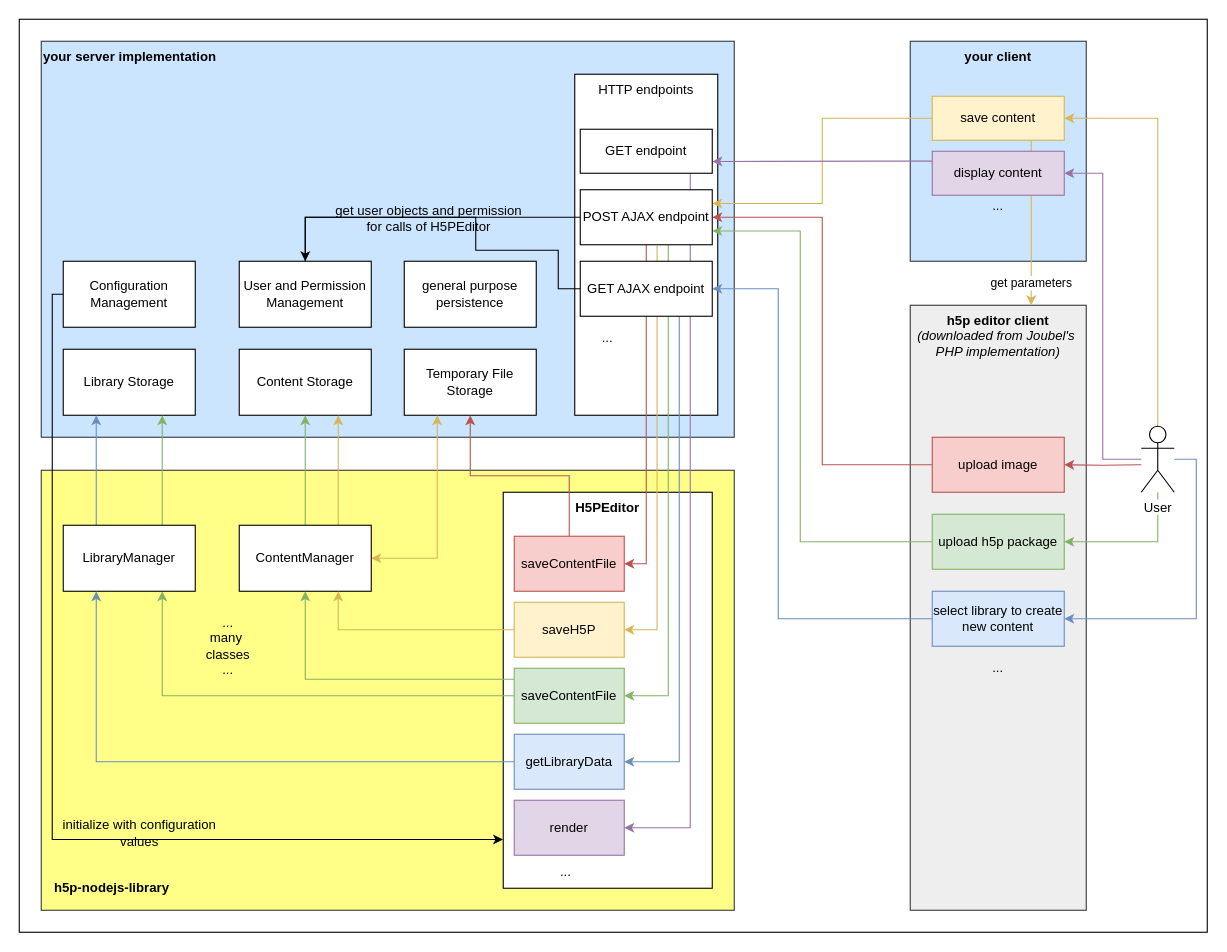
Earlier version of the draw.io diagram docs/editor-architecture.drawio (Lumieducation/H5P-Nodejs-library). Source tidied: cells renumbered, new cells numbered last; positions are measured from the earlier drawing's top-left corner, leaving out a move shared by most shapes. Both pictures are drawn from the tidied source at 110%, with x=0, y=0 at pixel (19, 19).
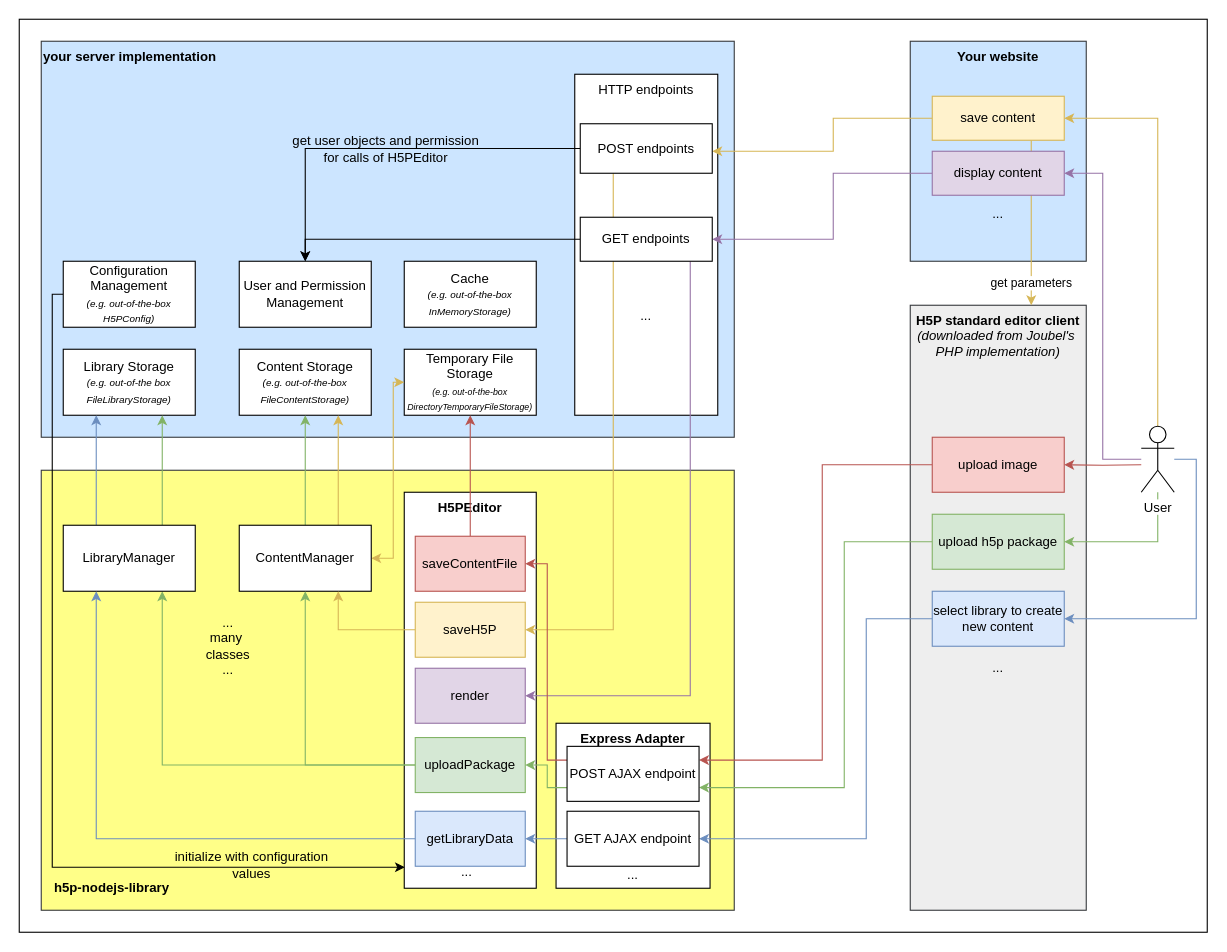
The same page after the edit.

The change refers to these unchanged cells:
```xml
<mxCell id="13" value="User and Permission Management" style="rounded=0;whiteSpace=wrap;html=1;align=center;" parent="1" vertex="1">
  <mxGeometry x="200" y="220" width="120" height="60" as="geometry" />
</mxCell>
<mxCell id="24" value="upload image" style="rounded=0;whiteSpace=wrap;html=1;align=center;fillColor=#f8cecc;strokeColor=#b85450;" parent="1" vertex="1">
  <mxGeometry x="830" y="380" width="120" height="50" as="geometry" />
</mxCell>
<mxCell id="36" value="ContentManager" style="rounded=0;whiteSpace=wrap;html=1;align=center;" parent="1" vertex="1">
  <mxGeometry x="200" y="460" width="120" height="60" as="geometry" />
</mxCell>
<mxCell id="41" value="save content" style="rounded=0;whiteSpace=wrap;html=1;align=center;fillColor=#fff2cc;strokeColor=#d6b656;" parent="1" vertex="1">
  <mxGeometry x="830" y="70" width="120" height="40" as="geometry" />
</mxCell>
<mxCell id="43" value="upload h5p package" style="rounded=0;whiteSpace=wrap;html=1;align=center;fillColor=#d5e8d4;strokeColor=#82b366;" parent="1" vertex="1">
  <mxGeometry x="830" y="450" width="120" height="50" as="geometry" />
</mxCell>
<mxCell id="51" value="select library to create new content" style="rounded=0;whiteSpace=wrap;html=1;align=center;fillColor=#dae8fc;strokeColor=#6c8ebf;" parent="1" vertex="1">
  <mxGeometry x="830" y="520" width="120" height="50" as="geometry" />
</mxCell>
<mxCell id="57" value="display content" style="rounded=0;whiteSpace=wrap;html=1;align=center;fillColor=#e1d5e7;strokeColor=#9673a6;" parent="1" vertex="1">
  <mxGeometry x="830" y="120" width="120" height="40" as="geometry" />
</mxCell>
```

Change to the diagram source:
```diff
@@
+    <mxCell id="5" style="rounded=0;whiteSpace=wrap;html=1;fillColor=#ffff88;strokeColor=#36393d;" parent="1" vertex="1">
+      <mxGeometry x="20" y="410" width="630" height="400" as="geometry" />
+    </mxCell>
+    <mxCell id="68" value="&lt;b&gt;Express Adapter&lt;/b&gt;" style="rounded=0;whiteSpace=wrap;html=1;align=center;verticalAlign=top;" parent="1" vertex="1">
+      <mxGeometry x="488" y="640" width="140" height="150" as="geometry" />
+    </mxCell>
-    <mxCell id="3" value="&lt;b&gt;h5p editor client&lt;/b&gt;&lt;br&gt;&lt;i&gt;(downloaded from Joubel's&amp;nbsp;&lt;br&gt;PHP implementation)&lt;/i&gt;" style="rounded=0;whiteSpace=wrap;html=1;align=center;verticalAlign=top;fillColor=#eeeeee;strokeColor=#36393d;" parent="1" vertex="1">
+    <mxCell id="3" value="&lt;b&gt;H5P standard editor client&lt;/b&gt;&lt;br&gt;&lt;i&gt;(downloaded from Joubel's&amp;nbsp;&lt;br&gt;PHP implementation)&lt;/i&gt;" style="rounded=0;whiteSpace=wrap;html=1;align=center;verticalAlign=top;fillColor=#eeeeee;strokeColor=#36393d;" parent="1" vertex="1">
       <mxGeometry x="810" y="260" width="160" height="550" as="geometry" />
     </mxCell>
@@
-    <mxCell id="5" style="rounded=0;whiteSpace=wrap;html=1;fillColor=#ffff88;strokeColor=#36393d;" parent="1" vertex="1">
-      <mxGeometry x="20" y="410" width="630" height="400" as="geometry" />
-    </mxCell>
@@
-    <mxCell id="7" value="Library Storage" style="rounded=0;whiteSpace=wrap;html=1;" parent="1" vertex="1">
+    <mxCell id="7" value="Library Storage&lt;br&gt;&lt;i&gt;&lt;font style=&quot;font-size: 9px&quot;&gt;(e.g. out-of-the box FileLibraryStorage)&lt;/font&gt;&lt;/i&gt;" style="rounded=0;whiteSpace=wrap;html=1;" parent="1" vertex="1">
       <mxGeometry x="40" y="300" width="120" height="60" as="geometry" />
     </mxCell>
-    <mxCell id="8" value="Content Storage" style="rounded=0;whiteSpace=wrap;html=1;" parent="1" vertex="1">
+    <mxCell id="8" value="Content Storage&lt;br&gt;&lt;i&gt;&lt;font style=&quot;font-size: 9px&quot;&gt;(e.g. out-of-the-box FileContentStorage)&lt;/font&gt;&lt;/i&gt;" style="rounded=0;whiteSpace=wrap;html=1;" parent="1" vertex="1">
       <mxGeometry x="200" y="300" width="120" height="60" as="geometry" />
     </mxCell>
-    <mxCell id="9" value="Temporary File Storage" style="rounded=0;whiteSpace=wrap;html=1;" parent="1" vertex="1">
+    <mxCell id="9" value="Temporary File Storage &lt;br&gt;&lt;i&gt;&lt;font style=&quot;font-size: 8px&quot;&gt;(e.g. out-of-the-box DirectoryTemporaryFileStorage)&lt;/font&gt;&lt;/i&gt;" style="rounded=0;whiteSpace=wrap;html=1;" parent="1" vertex="1">
       <mxGeometry x="350" y="300" width="120" height="60" as="geometry" />
     </mxCell>
-    <mxCell id="10" style="edgeStyle=orthogonalEdgeStyle;rounded=0;jettySize=auto;html=1;entryX=-0.001;entryY=0.877;entryDx=0;entryDy=0;entryPerimeter=0;startArrow=none;startFill=0;" parent="1" edge="1" source="12" target="25">
+    <mxCell id="10" style="edgeStyle=orthogonalEdgeStyle;rounded=0;jettySize=auto;html=1;entryX=0.005;entryY=0.947;entryDx=0;entryDy=0;entryPerimeter=0;startArrow=none;startFill=0;" parent="1" edge="1" source="12" target="25">
       <mxGeometry relative="1" as="geometry">
         <Array as="points">
           <mxPoint x="30" y="250" />
-          <mxPoint x="30" y="746" />
+          <mxPoint x="30" y="771" />
         </Array>
       </mxGeometry>
     </mxCell>
     <mxCell id="11" value="initialize with configuration&lt;br&gt;values" style="text;html=1;align=center;verticalAlign=middle;labelBackgroundColor=none;" parent="10" vertex="1">
       <mxGeometry x="0.16" y="3" relative="1" as="geometry">
-        <mxPoint x="53" y="-3" as="offset" />
+        <mxPoint x="177" y="34" as="offset" />
       </mxGeometry>
     </mxCell>
-    <mxCell id="12" value="Configuration Management" style="rounded=0;whiteSpace=wrap;html=1;align=center;" parent="1" vertex="1">
+    <mxCell id="12" value="Configuration Management&lt;br&gt;&lt;font style=&quot;font-size: 9px&quot;&gt;&lt;i&gt;(e.g. out-of-the-box H5PConfig)&lt;/i&gt;&lt;/font&gt;" style="rounded=0;whiteSpace=wrap;html=1;align=center;" parent="1" vertex="1">
       <mxGeometry x="40" y="220" width="120" height="60" as="geometry" />
     </mxCell>
@@
-    <mxCell id="14" value="general purpose persistence" style="rounded=0;whiteSpace=wrap;html=1;align=center;" parent="1" vertex="1">
+    <mxCell id="14" value="Cache&lt;br&gt;&lt;font style=&quot;font-size: 9px&quot;&gt;&lt;i&gt;(e.g. out-of-the-box InMemoryStorage)&lt;/i&gt;&lt;/font&gt;" style="rounded=0;whiteSpace=wrap;html=1;align=center;" parent="1" vertex="1">
       <mxGeometry x="350" y="220" width="120" height="60" as="geometry" />
     </mxCell>
@@
-    <mxCell id="16" value="&lt;b&gt;your client&lt;/b&gt;" style="rounded=0;whiteSpace=wrap;html=1;align=center;verticalAlign=top;fillColor=#cce5ff;strokeColor=#36393d;" parent="1" vertex="1">
+    <mxCell id="16" value="&lt;b&gt;Your website&lt;/b&gt;" style="rounded=0;whiteSpace=wrap;html=1;align=center;verticalAlign=top;fillColor=#cce5ff;strokeColor=#36393d;" parent="1" vertex="1">
       <mxGeometry x="810" y="20" width="160" height="200" as="geometry" />
     </mxCell>
@@
-    <mxCell id="23" style="edgeStyle=orthogonalEdgeStyle;rounded=0;jettySize=auto;html=1;exitX=0;exitY=0.5;exitDx=0;exitDy=0;fillColor=#f8cecc;strokeColor=#b85450;entryX=1;entryY=0.5;entryDx=0;entryDy=0;" parent="1" edge="1" source="24" target="61">
+    <mxCell id="23" style="edgeStyle=orthogonalEdgeStyle;rounded=0;jettySize=auto;html=1;exitX=0;exitY=0.5;exitDx=0;exitDy=0;fillColor=#f8cecc;strokeColor=#b85450;entryX=1;entryY=0.25;entryDx=0;entryDy=0;" parent="1" edge="1" source="24" target="72">
       <mxGeometry relative="1" as="geometry">
         <Array as="points">
           <mxPoint x="730" y="405" />
-          <mxPoint x="730" y="180" />
+          <mxPoint x="730" y="673" />
         </Array>
       </mxGeometry>
     </mxCell>
@@
     <mxCell id="25" value="&lt;b&gt;H5PEditor&lt;/b&gt;" style="rounded=0;whiteSpace=wrap;html=1;align=center;verticalAlign=top;" parent="1" vertex="1">
-      <mxGeometry x="440" y="430" width="190" height="360" as="geometry" />
+      <mxGeometry x="350" y="430" width="120" height="360" as="geometry" />
     </mxCell>
@@
     <mxCell id="27" value="saveContentFile" style="rounded=0;whiteSpace=wrap;html=1;align=center;fillColor=#f8cecc;strokeColor=#b85450;" parent="1" vertex="1">
-      <mxGeometry x="450" y="470" width="100" height="50" as="geometry" />
+      <mxGeometry x="360" y="470" width="100" height="50" as="geometry" />
     </mxCell>
-    <mxCell id="28" style="edgeStyle=orthogonalEdgeStyle;rounded=0;jettySize=auto;html=1;entryX=1;entryY=0.5;entryDx=0;entryDy=0;fillColor=#f8cecc;strokeColor=#b85450;exitX=0.5;exitY=1;exitDx=0;exitDy=0;" parent="1" edge="1" source="61" target="27">
-      <mxGeometry relative="1" as="geometry">
-        <Array as="points">
-          <mxPoint x="570" y="495" />
-        </Array>
-      </mxGeometry>
-    </mxCell>
-    <mxCell id="29" style="edgeStyle=orthogonalEdgeStyle;rounded=0;jettySize=auto;html=1;exitX=0.582;exitY=1.016;exitDx=0;exitDy=0;entryX=1;entryY=0.5;entryDx=0;entryDy=0;fillColor=#fff2cc;strokeColor=#d6b656;exitPerimeter=0;" parent="1" edge="1" source="61" target="38">
+    <mxCell id="29" style="edgeStyle=orthogonalEdgeStyle;rounded=0;jettySize=auto;html=1;exitX=0.25;exitY=1;exitDx=0;exitDy=0;entryX=1;entryY=0.5;entryDx=0;entryDy=0;fillColor=#fff2cc;strokeColor=#d6b656;" parent="1" edge="1" source="61" target="38">
       <mxGeometry relative="1" as="geometry">
         <Array as="points">
-          <mxPoint x="580" y="555" />
+          <mxPoint x="540" y="555" />
         </Array>
       </mxGeometry>
     </mxCell>
-    <mxCell id="30" style="edgeStyle=orthogonalEdgeStyle;rounded=0;jettySize=auto;html=1;entryX=1;entryY=0.5;entryDx=0;entryDy=0;startArrow=none;startFill=0;fillColor=#d5e8d4;strokeColor=#82b366;" parent="1" edge="1" source="61" target="46">
-      <mxGeometry relative="1" as="geometry">
-        <Array as="points">
-          <mxPoint x="590" y="615" />
-        </Array>
-      </mxGeometry>
-    </mxCell>
@@
-    <mxCell id="34" style="edgeStyle=orthogonalEdgeStyle;rounded=0;jettySize=auto;html=1;entryX=0.25;entryY=1;entryDx=0;entryDy=0;fillColor=#fff2cc;strokeColor=#d6b656;startArrow=classic;startFill=1;" parent="1" edge="1" source="36" target="9">
-      <mxGeometry relative="1" as="geometry" />
+    <mxCell id="34" style="edgeStyle=orthogonalEdgeStyle;rounded=0;jettySize=auto;html=1;entryX=0;entryY=0.5;entryDx=0;entryDy=0;fillColor=#fff2cc;strokeColor=#d6b656;startArrow=classic;startFill=1;" parent="1" edge="1" source="36" target="9">
+      <mxGeometry relative="1" as="geometry">
+        <Array as="points">
+          <mxPoint x="340" y="490" />
+          <mxPoint x="340" y="330" />
+        </Array>
+      </mxGeometry>
     </mxCell>
@@
     <mxCell id="38" value="saveH5P" style="rounded=0;whiteSpace=wrap;html=1;align=center;fillColor=#fff2cc;strokeColor=#d6b656;" parent="1" vertex="1">
-      <mxGeometry x="450" y="530" width="100" height="50" as="geometry" />
+      <mxGeometry x="360" y="530" width="100" height="50" as="geometry" />
     </mxCell>
-    <mxCell id="39" style="edgeStyle=orthogonalEdgeStyle;rounded=0;jettySize=auto;html=1;entryX=1;entryY=0.25;entryDx=0;entryDy=0;fillColor=#fff2cc;strokeColor=#d6b656;" parent="1" edge="1" source="41" target="61">
-      <mxGeometry relative="1" as="geometry" />
+    <mxCell id="39" style="edgeStyle=orthogonalEdgeStyle;rounded=0;jettySize=auto;html=1;fillColor=#fff2cc;strokeColor=#d6b656;" parent="1" edge="1" source="41" target="61">
+      <mxGeometry relative="1" as="geometry">
+        <Array as="points">
+          <mxPoint x="740" y="90" />
+          <mxPoint x="740" y="120" />
+        </Array>
+      </mxGeometry>
     </mxCell>
@@
-    <mxCell id="42" style="edgeStyle=orthogonalEdgeStyle;rounded=0;jettySize=auto;html=1;entryX=1;entryY=0.75;entryDx=0;entryDy=0;startArrow=none;startFill=0;fillColor=#d5e8d4;strokeColor=#82b366;" parent="1" edge="1" source="43" target="61">
+    <mxCell id="42" style="edgeStyle=orthogonalEdgeStyle;rounded=0;jettySize=auto;html=1;entryX=1;entryY=0.75;entryDx=0;entryDy=0;startArrow=none;startFill=0;fillColor=#d5e8d4;strokeColor=#82b366;" parent="1" edge="1" source="43" target="72">
       <mxGeometry relative="1" as="geometry">
         <Array as="points">
-          <mxPoint x="710" y="475" />
-          <mxPoint x="710" y="193" />
+          <mxPoint x="750" y="475" />
+          <mxPoint x="750" y="698" />
         </Array>
       </mxGeometry>
     </mxCell>
@@
-    <mxCell id="45" style="edgeStyle=orthogonalEdgeStyle;rounded=0;jettySize=auto;html=1;entryX=0.5;entryY=1;entryDx=0;entryDy=0;startArrow=none;startFill=0;fillColor=#d5e8d4;strokeColor=#82b366;" parent="1" edge="1" source="46" target="36">
+    <mxCell id="45" style="edgeStyle=orthogonalEdgeStyle;rounded=0;jettySize=auto;html=1;entryX=0.5;entryY=1;entryDx=0;entryDy=0;startArrow=none;startFill=0;fillColor=#d5e8d4;strokeColor=#82b366;exitX=0;exitY=0.5;exitDx=0;exitDy=0;" parent="1" edge="1" source="46" target="36">
       <mxGeometry relative="1" as="geometry">
         <Array as="points">
-          <mxPoint x="260" y="600" />
+          <mxPoint x="260" y="678" />
         </Array>
       </mxGeometry>
     </mxCell>
-    <mxCell id="46" value="saveContentFile" style="rounded=0;whiteSpace=wrap;html=1;align=center;fillColor=#d5e8d4;strokeColor=#82b366;" parent="1" vertex="1">
-      <mxGeometry x="450" y="590" width="100" height="50" as="geometry" />
+    <mxCell id="46" value="uploadPackage" style="rounded=0;whiteSpace=wrap;html=1;align=center;fillColor=#d5e8d4;strokeColor=#82b366;" parent="1" vertex="1">
+      <mxGeometry x="360" y="653" width="100" height="50" as="geometry" />
     </mxCell>
@@
     <mxCell id="50" style="edgeStyle=orthogonalEdgeStyle;rounded=0;jettySize=auto;html=1;entryX=1;entryY=0.5;entryDx=0;entryDy=0;startArrow=none;startFill=0;fillColor=#dae8fc;strokeColor=#6c8ebf;" parent="1" edge="1" source="51" target="62">
       <mxGeometry relative="1" as="geometry">
         <Array as="points">
-          <mxPoint x="690" y="545" />
-          <mxPoint x="690" y="245" />
+          <mxPoint x="770" y="545" />
+          <mxPoint x="770" y="745" />
         </Array>
       </mxGeometry>
     </mxCell>
@@
-    <mxCell id="52" style="edgeStyle=orthogonalEdgeStyle;rounded=0;jettySize=auto;html=1;entryX=1;entryY=0.5;entryDx=0;entryDy=0;startArrow=none;startFill=0;fillColor=#dae8fc;strokeColor=#6c8ebf;" parent="1" edge="1" source="62" target="54">
-      <mxGeometry relative="1" as="geometry">
-        <Array as="points">
-          <mxPoint x="600" y="675" />
-        </Array>
-      </mxGeometry>
-    </mxCell>
@@
     <mxCell id="54" value="getLibraryData" style="rounded=0;whiteSpace=wrap;html=1;align=center;fillColor=#dae8fc;strokeColor=#6c8ebf;" parent="1" vertex="1">
-      <mxGeometry x="450" y="650" width="100" height="50" as="geometry" />
+      <mxGeometry x="360" y="720" width="100" height="50" as="geometry" />
     </mxCell>
-    <mxCell id="55" style="edgeStyle=orthogonalEdgeStyle;rounded=0;jettySize=auto;html=1;entryX=0;entryY=0.5;entryDx=0;entryDy=0;startArrow=none;startFill=0;endArrow=none;endFill=0;" parent="1" edge="1" source="13" target="62">
-      <mxGeometry relative="1" as="geometry">
-        <Array as="points">
-          <mxPoint x="260" y="180" />
-          <mxPoint x="415" y="180" />
-          <mxPoint x="415" y="210" />
-          <mxPoint x="490" y="210" />
-          <mxPoint x="490" y="245" />
-        </Array>
-      </mxGeometry>
-    </mxCell>
-    <mxCell id="56" style="edgeStyle=orthogonalEdgeStyle;rounded=0;jettySize=auto;html=1;entryX=1.001;entryY=0.732;entryDx=0;entryDy=0;startArrow=none;startFill=0;endArrow=classic;endFill=1;fillColor=#e1d5e7;strokeColor=#9673a6;entryPerimeter=0;" parent="1" edge="1" source="57" target="59">
+    <mxCell id="56" style="edgeStyle=orthogonalEdgeStyle;rounded=0;jettySize=auto;html=1;entryX=1;entryY=0.5;entryDx=0;entryDy=0;startArrow=none;startFill=0;endArrow=classic;endFill=1;fillColor=#e1d5e7;strokeColor=#9673a6;exitX=0;exitY=0.5;exitDx=0;exitDy=0;" parent="1" edge="1" source="57" target="59">
       <mxGeometry relative="1" as="geometry">
         <Array as="points">
-          <mxPoint x="780" y="129" />
-          <mxPoint x="780" y="129" />
+          <mxPoint x="740" y="140" />
+          <mxPoint x="740" y="200" />
         </Array>
       </mxGeometry>
     </mxCell>
@@
     <mxCell id="58" style="edgeStyle=orthogonalEdgeStyle;rounded=0;jettySize=auto;html=1;entryX=1;entryY=0.5;entryDx=0;entryDy=0;startArrow=none;startFill=0;endArrow=classic;endFill=1;fillColor=#e1d5e7;strokeColor=#9673a6;" parent="1" edge="1" source="59" target="60">
       <mxGeometry relative="1" as="geometry">
         <Array as="points">
-          <mxPoint x="610" y="735" />
+          <mxPoint x="610" y="615" />
         </Array>
       </mxGeometry>
     </mxCell>
+    <mxCell id="69" style="edgeStyle=orthogonalEdgeStyle;rounded=0;jettySize=auto;html=1;exitX=0;exitY=0.5;exitDx=0;exitDy=0;entryX=0.5;entryY=0;entryDx=0;entryDy=0;" parent="1" edge="1" source="59" target="13">
+      <mxGeometry relative="1" as="geometry" />
+    </mxCell>
-    <mxCell id="59" value="GET endpoint" style="rounded=0;whiteSpace=wrap;html=1;align=center;" parent="1" vertex="1">
-      <mxGeometry x="510" y="100" width="120" height="40" as="geometry" />
+    <mxCell id="59" value="GET endpoints" style="rounded=0;whiteSpace=wrap;html=1;align=center;" parent="1" vertex="1">
+      <mxGeometry x="510" y="180" width="120" height="40" as="geometry" />
     </mxCell>
     <mxCell id="60" value="render" style="rounded=0;whiteSpace=wrap;html=1;align=center;fillColor=#e1d5e7;strokeColor=#9673a6;" parent="1" vertex="1">
-      <mxGeometry x="450" y="710" width="100" height="50" as="geometry" />
+      <mxGeometry x="360" y="590" width="100" height="50" as="geometry" />
     </mxCell>
-    <mxCell id="61" value="POST AJAX endpoint" style="rounded=0;whiteSpace=wrap;html=1;align=center;" parent="1" vertex="1">
-      <mxGeometry x="510" y="155" width="120" height="50" as="geometry" />
+    <mxCell id="61" value="POST endpoints" style="rounded=0;whiteSpace=wrap;html=1;align=center;" parent="1" vertex="1">
+      <mxGeometry x="510" y="95" width="120" height="45" as="geometry" />
     </mxCell>
-    <mxCell id="62" value="GET AJAX endpoint" style="rounded=0;whiteSpace=wrap;html=1;align=center;" parent="1" vertex="1">
-      <mxGeometry x="510" y="220" width="120" height="50" as="geometry" />
-    </mxCell>
@@
     <mxCell id="64" value="..." style="text;html=1;strokeColor=none;fillColor=none;align=center;verticalAlign=middle;whiteSpace=wrap;rounded=0;" parent="1" vertex="1">
-      <mxGeometry x="515" y="280" width="40" height="20" as="geometry" />
+      <mxGeometry x="550" y="260" width="40" height="20" as="geometry" />
     </mxCell>
     <mxCell id="65" value="..." style="text;html=1;strokeColor=none;fillColor=none;align=center;verticalAlign=middle;whiteSpace=wrap;rounded=0;" parent="1" vertex="1">
-      <mxGeometry x="477" y="765" width="40" height="20" as="geometry" />
+      <mxGeometry x="387" y="765" width="40" height="20" as="geometry" />
     </mxCell>
@@
     <mxCell id="67" value="..." style="text;html=1;strokeColor=none;fillColor=none;align=center;verticalAlign=middle;whiteSpace=wrap;rounded=0;" parent="1" vertex="1">
-      <mxGeometry x="870" y="160" width="40" height="20" as="geometry" />
+      <mxGeometry x="870" y="167" width="40" height="20" as="geometry" />
     </mxCell>
+    <mxCell id="70" style="edgeStyle=orthogonalEdgeStyle;rounded=0;jettySize=auto;html=1;exitX=0;exitY=0.75;exitDx=0;exitDy=0;entryX=1;entryY=0.5;entryDx=0;entryDy=0;fillColor=#d5e8d4;strokeColor=#82b366;" parent="1" edge="1" source="72" target="46">
+      <mxGeometry relative="1" as="geometry">
+        <Array as="points">
+          <mxPoint x="480" y="698" />
+          <mxPoint x="480" y="678" />
+        </Array>
+      </mxGeometry>
+    </mxCell>
+    <mxCell id="71" style="edgeStyle=orthogonalEdgeStyle;rounded=0;jettySize=auto;html=1;exitX=0;exitY=0.25;exitDx=0;exitDy=0;entryX=1;entryY=0.5;entryDx=0;entryDy=0;fillColor=#f8cecc;strokeColor=#b85450;" parent="1" edge="1" source="72" target="27">
+      <mxGeometry relative="1" as="geometry">
+        <Array as="points">
+          <mxPoint x="480" y="673" />
+          <mxPoint x="480" y="495" />
+        </Array>
+      </mxGeometry>
+    </mxCell>
+    <mxCell id="72" value="POST AJAX endpoint" style="rounded=0;whiteSpace=wrap;html=1;" parent="1" vertex="1">
+      <mxGeometry x="498" y="661" width="120" height="50" as="geometry" />
+    </mxCell>
+    <mxCell id="52" style="edgeStyle=orthogonalEdgeStyle;rounded=0;jettySize=auto;html=1;exitX=0;exitY=0.5;exitDx=0;exitDy=0;entryX=1;entryY=0.5;entryDx=0;entryDy=0;fillColor=#dae8fc;strokeColor=#6c8ebf;" parent="1" edge="1" source="62" target="54">
+      <mxGeometry relative="1" as="geometry" />
+    </mxCell>
+    <mxCell id="62" value="GET AJAX endpoint" style="rounded=0;whiteSpace=wrap;html=1;" parent="1" vertex="1">
+      <mxGeometry x="498" y="720" width="120" height="50" as="geometry" />
+    </mxCell>
+    <mxCell id="73" value="..." style="text;html=1;strokeColor=none;fillColor=none;align=center;verticalAlign=middle;whiteSpace=wrap;rounded=0;" parent="1" vertex="1">
+      <mxGeometry x="538" y="768" width="40" height="20" as="geometry" />
+    </mxCell>
```
